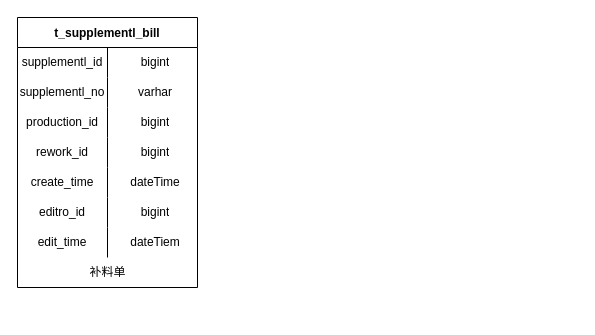
KNAI-I/test keeps this draw.io diagram as 补料单管理.drawio. Above is the earlier version. Source tidied: cells renumbered, new cells numbered last; positions are measured from the earlier drawing's top-left corner, leaving out a move shared by most shapes. Both pictures are drawn from the tidied source at 100%, with x=0, y=0 at pixel (17, 17).
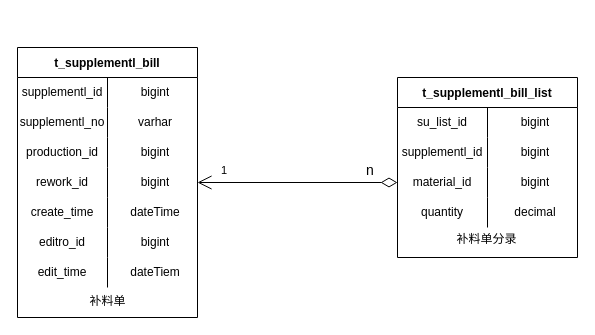
The same page after the edit.

Commit message (it also covers changes not shown here):
更新补料单管理.drawio

Unchanged cells that the change refers to:
```xml
<mxCell id="12" style="shape=tableRow;horizontal=0;startSize=0;swimlaneHead=0;swimlaneBody=0;top=0;left=0;bottom=0;right=0;fillColor=none;points=[[0,0.5],[1,0.5]];portConstraint=eastwest;" parent="2" vertex="1">
  <mxGeometry y="120" width="180" height="30" as="geometry" />
</mxCell>
```

What changed in the source:
```diff
@@
     <mxCell id="2" value="t_supplementl_bill" style="shape=table;startSize=30;childLayout=tableLayout;rowLines=0;fontStyle=1;" parent="1" vertex="1">
-      <mxGeometry width="180" height="270" as="geometry" />
+      <mxGeometry y="30" width="180" height="270" as="geometry" />
     </mxCell>
@@
     <mxCell id="24" value="补料单" style="text;html=1;align=center;verticalAlign=middle;strokeColor=none;fillColor=none;" parent="1" vertex="1">
-      <mxGeometry x="60" y="240" width="60" height="30" as="geometry" />
+      <mxGeometry x="60" y="269" width="60" height="30" as="geometry" />
     </mxCell>
+    <mxCell id="25" value="t_supplementl_bill_list" style="shape=table;startSize=30;childLayout=tableLayout;rowLines=0;fontStyle=1;" parent="1" vertex="1">
+      <mxGeometry x="380" y="60" width="180" height="180" as="geometry" />
+    </mxCell>
+    <mxCell id="26" style="shape=tableRow;horizontal=0;startSize=0;swimlaneHead=0;swimlaneBody=0;top=0;left=0;bottom=0;right=0;fillColor=none;align=center;" parent="25" vertex="1">
+      <mxGeometry y="30" width="180" height="30" as="geometry" />
+    </mxCell>
+    <mxCell id="27" value="su_list_id" style="shape=partialRectangle;html=1;whiteSpace=wrap;fillColor=none;top=0;left=0;bottom=0;right=0;overflow=hidden;" parent="26" vertex="1">
+      <mxGeometry width="90" height="30" as="geometry" />
+    </mxCell>
+    <mxCell id="28" value="bigint" style="shape=partialRectangle;html=1;whiteSpace=wrap;fillColor=none;top=0;left=0;bottom=0;right=0;align=center;spacingLeft=6;overflow=hidden;" parent="26" vertex="1">
+      <mxGeometry x="90" width="90" height="30" as="geometry" />
+    </mxCell>
+    <mxCell id="29" style="shape=tableRow;horizontal=0;startSize=0;swimlaneHead=0;swimlaneBody=0;top=0;left=0;bottom=0;right=0;fillColor=none;" parent="25" vertex="1">
+      <mxGeometry y="60" width="180" height="30" as="geometry" />
+    </mxCell>
+    <mxCell id="30" value="supplementl_id" style="shape=partialRectangle;html=1;whiteSpace=wrap;fillColor=none;top=0;left=0;bottom=0;right=0;overflow=hidden;" parent="29" vertex="1">
+      <mxGeometry width="90" height="30" as="geometry" />
+    </mxCell>
+    <mxCell id="31" value="bigint" style="shape=partialRectangle;html=1;whiteSpace=wrap;fillColor=none;top=0;left=0;bottom=0;right=0;align=center;spacingLeft=6;overflow=hidden;" parent="29" vertex="1">
+      <mxGeometry x="90" width="90" height="30" as="geometry" />
+    </mxCell>
+    <mxCell id="32" style="shape=tableRow;horizontal=0;startSize=0;swimlaneHead=0;swimlaneBody=0;top=0;left=0;bottom=0;right=0;fillColor=none;points=[[0,0.5],[1,0.5]];portConstraint=eastwest;" parent="25" vertex="1">
+      <mxGeometry y="90" width="180" height="30" as="geometry" />
+    </mxCell>
+    <mxCell id="33" value="material_id" style="shape=partialRectangle;html=1;whiteSpace=wrap;fillColor=none;top=0;left=0;bottom=0;right=0;overflow=hidden;" parent="32" vertex="1">
+      <mxGeometry width="90" height="30" as="geometry" />
+    </mxCell>
+    <mxCell id="34" value="bigint" style="shape=partialRectangle;html=1;whiteSpace=wrap;fillColor=none;top=0;left=0;bottom=0;right=0;align=center;spacingLeft=6;overflow=hidden;" parent="32" vertex="1">
+      <mxGeometry x="90" width="90" height="30" as="geometry" />
+    </mxCell>
+    <mxCell id="35" style="shape=tableRow;horizontal=0;startSize=0;swimlaneHead=0;swimlaneBody=0;top=0;left=0;bottom=0;right=0;fillColor=none;" parent="25" vertex="1">
+      <mxGeometry y="120" width="180" height="30" as="geometry" />
+    </mxCell>
+    <mxCell id="36" value="quantity" style="shape=partialRectangle;html=1;whiteSpace=wrap;fillColor=none;top=0;left=0;bottom=0;right=0;overflow=hidden;" parent="35" vertex="1">
+      <mxGeometry width="90" height="30" as="geometry" />
+    </mxCell>
+    <mxCell id="37" value="decimal" style="shape=partialRectangle;html=1;whiteSpace=wrap;fillColor=none;top=0;left=0;bottom=0;right=0;align=center;spacingLeft=6;overflow=hidden;" parent="35" vertex="1">
+      <mxGeometry x="90" width="90" height="30" as="geometry" />
+    </mxCell>
+    <mxCell id="38" value="补料单分录" style="text;html=1;align=center;verticalAlign=middle;strokeColor=none;fillColor=none;" parent="1" vertex="1">
+      <mxGeometry x="429" y="207" width="80" height="30" as="geometry" />
+    </mxCell>
+    <mxCell id="39" style="endArrow=open;html=1;endSize=12;startArrow=diamondThin;startSize=14;startFill=0;edgeStyle=orthogonalEdgeStyle;rounded=0;entryX=1;entryY=0.5;entryDx=0;entryDy=0;exitX=0;exitY=0.5;exitDx=0;exitDy=0;" parent="1" edge="1" source="32" target="12">
+      <mxGeometry relative="1" as="geometry" />
+    </mxCell>
+    <mxCell id="40" value="n" style="edgeLabel;html=1;align=left;verticalAlign=top;fontSize=14;" parent="39" vertex="1">
+      <mxGeometry x="-1" relative="1" as="geometry">
+        <mxPoint x="-33" y="-27" as="offset" />
+      </mxGeometry>
+    </mxCell>
+    <mxCell id="41" value="1" style="edgeLabel;html=1;align=right;verticalAlign=top;" parent="39" vertex="1">
+      <mxGeometry x="1" relative="1" as="geometry">
+        <mxPoint x="30" y="-25" as="offset" />
+      </mxGeometry>
+    </mxCell>
```
